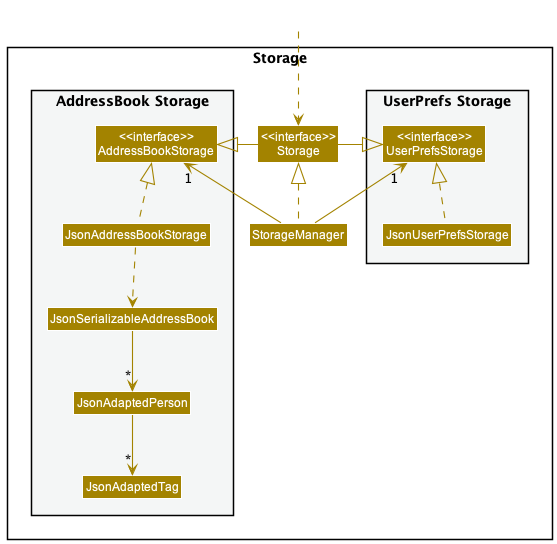
Earlier version of the PlantUML export docs/images/StorageClassDiagram.png (nus-cs2103-AY2223S1/tp).
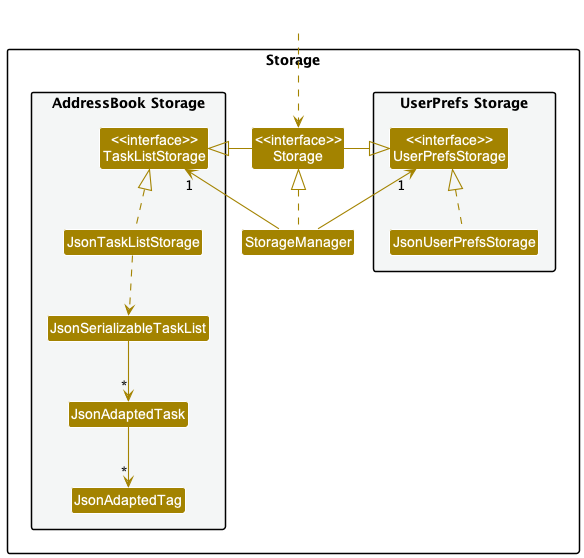
Later version of the same file.

The edit, as a diff of the source:
```diff
@@ -15,10 +15,10 @@
 Class StorageManager
 
 package "AddressBook Storage" #F4F6F6{
-Class "<<interface>>\nAddressBookStorage" as AddressBookStorage
-Class JsonAddressBookStorage
-Class JsonSerializableAddressBook
-Class JsonAdaptedPerson
+Class "<<interface>>\nTaskListStorage" as TaskListStorage
+Class JsonTaskListStorage
+Class JsonSerializableTaskList
+Class JsonAdaptedTask
 Class JsonAdaptedTag
 }
 
@@ -29,15 +29,15 @@
 
 StorageManager .up.|> Storage
 StorageManager -up-> "1" UserPrefsStorage
-StorageManager -up-> "1" AddressBookStorage
+StorageManager -up-> "1" TaskListStorage
 
 Storage -left-|> UserPrefsStorage
-Storage -right-|> AddressBookStorage
+Storage -right-|> TaskListStorage
 
 JsonUserPrefsStorage .up.|> UserPrefsStorage
-JsonAddressBookStorage .up.|> AddressBookStorage
-JsonAddressBookStorage ..> JsonSerializableAddressBook
-JsonSerializableAddressBook --> "*" JsonAdaptedPerson
-JsonAdaptedPerson --> "*" JsonAdaptedTag
+JsonTaskListStorage .up.|> TaskListStorage
+JsonTaskListStorage ..> JsonSerializableTaskList
+JsonSerializableTaskList --> "*" JsonAdaptedTask
+JsonAdaptedTask --> "*" JsonAdaptedTag
 
 @enduml
```
